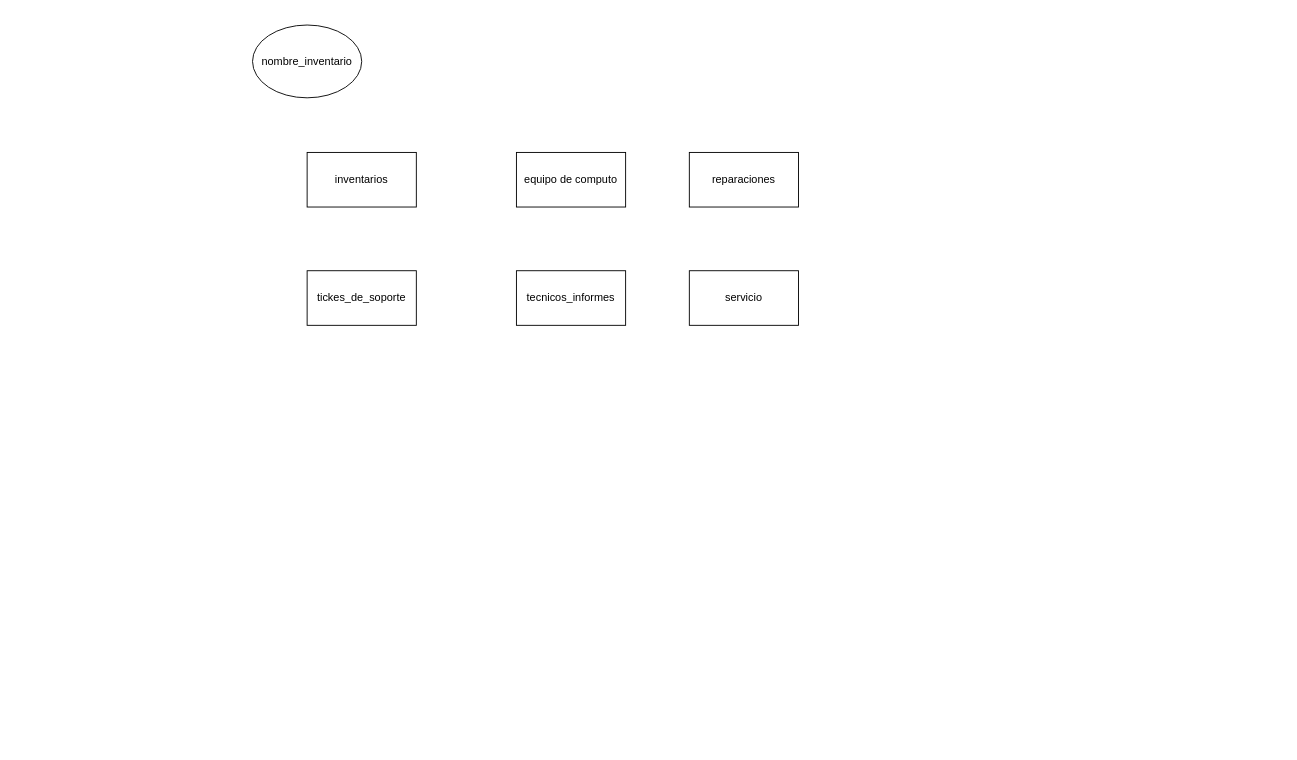
Before: page "Página-1" (1 of 2) of Diagrama sin título.drawio in beto9128/Proyecto-BD, a draw.io diagram. Source tidied: cells renumbered, new cells numbered last; positions are measured from the earlier drawing's top-left corner, leaving out a move shared by most shapes. Both pictures are drawn from the tidied source at 91%, with x=0, y=0 at pixel (252, 25).
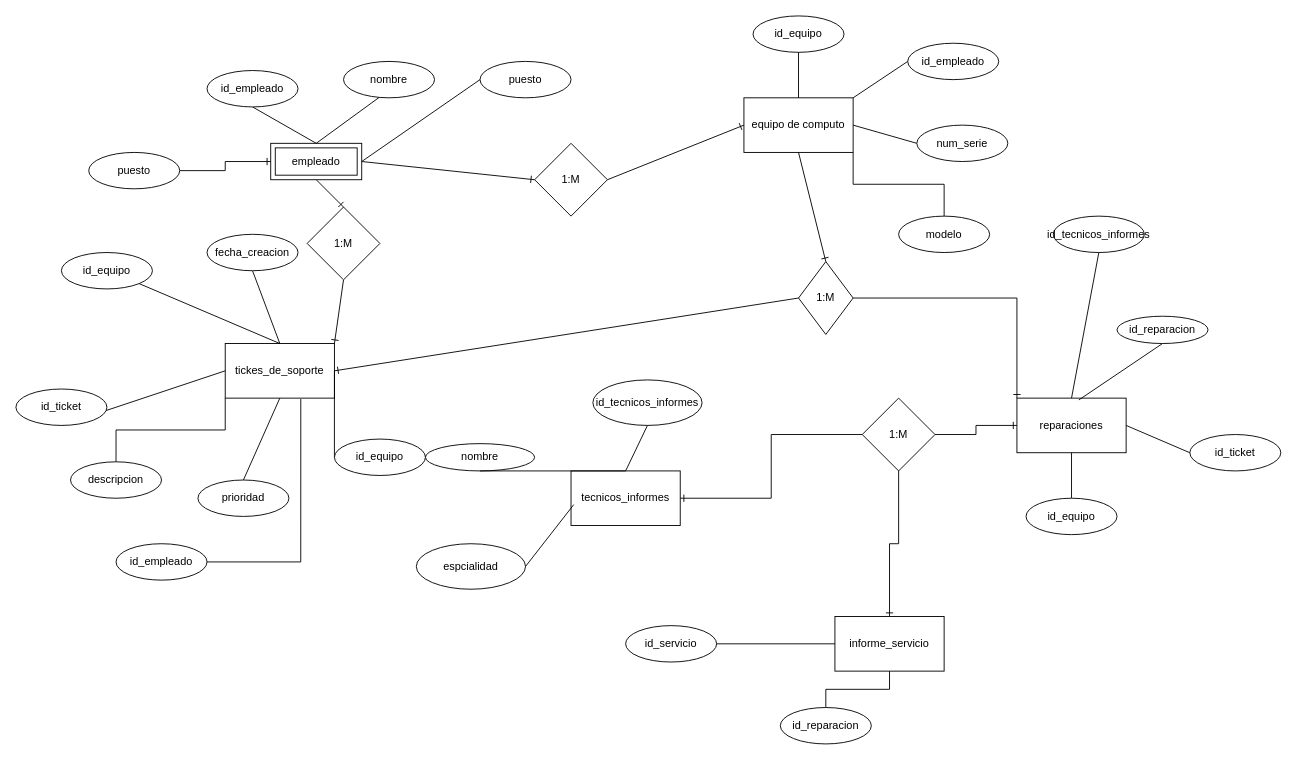
After the change.

Change to the diagram source:
```diff
@@
-    <mxCell id="2" value="inventarios" style="rounded=0;whiteSpace=wrap;html=1;" parent="1" vertex="1">
-      <mxGeometry x="60" y="140" width="120" height="60" as="geometry" />
-    </mxCell>
+    <mxCell id="9" style="edgeStyle=orthogonalEdgeStyle;rounded=0;jettySize=auto;html=1;exitX=1;exitY=1;exitDx=0;exitDy=0;endArrow=none;endFill=0;" parent="1" edge="1" source="3" target="71">
+      <mxGeometry relative="1" as="geometry" />
+    </mxCell>
     <mxCell id="3" value="equipo de computo" style="rounded=0;whiteSpace=wrap;html=1;" parent="1" vertex="1">
-      <mxGeometry x="290" y="140" width="120" height="60" as="geometry" />
+      <mxGeometry x="540" y="80" width="120" height="60" as="geometry" />
     </mxCell>
     <mxCell id="4" value="tecnicos_informes" style="rounded=0;whiteSpace=wrap;html=1;" parent="1" vertex="1">
-      <mxGeometry x="290" y="270" width="120" height="60" as="geometry" />
+      <mxGeometry x="350" y="490" width="120" height="60" as="geometry" />
     </mxCell>
+    <mxCell id="10" style="edgeStyle=orthogonalEdgeStyle;rounded=0;jettySize=auto;html=1;exitX=0;exitY=1;exitDx=0;exitDy=0;endArrow=none;endFill=0;" parent="1" edge="1" source="5" target="72">
+      <mxGeometry relative="1" as="geometry" />
+    </mxCell>
     <mxCell id="5" value="tickes_de_soporte" style="rounded=0;whiteSpace=wrap;html=1;" parent="1" vertex="1">
-      <mxGeometry x="60" y="270" width="120" height="60" as="geometry" />
+      <mxGeometry x="-30" y="350" width="120" height="60" as="geometry" />
     </mxCell>
     <mxCell id="6" value="reparaciones" style="rounded=0;whiteSpace=wrap;html=1;" parent="1" vertex="1">
-      <mxGeometry x="480" y="140" width="120" height="60" as="geometry" />
+      <mxGeometry x="840" y="410" width="120" height="60" as="geometry" />
     </mxCell>
+    <mxCell id="11" style="edgeStyle=orthogonalEdgeStyle;rounded=0;jettySize=auto;html=1;exitX=0;exitY=0.5;exitDx=0;exitDy=0;entryX=1;entryY=0.5;entryDx=0;entryDy=0;endArrow=none;endFill=0;" parent="1" edge="1" source="7" target="68">
+      <mxGeometry relative="1" as="geometry" />
+    </mxCell>
-    <mxCell id="7" value="servicio" style="rounded=0;whiteSpace=wrap;html=1;" parent="1" vertex="1">
-      <mxGeometry x="480" y="270" width="120" height="60" as="geometry" />
+    <mxCell id="7" value="informe_servicio" style="rounded=0;whiteSpace=wrap;html=1;" parent="1" vertex="1">
+      <mxGeometry x="640" y="650" width="120" height="60" as="geometry" />
     </mxCell>
-    <mxCell id="8" value="nombre_inventario" style="ellipse;whiteSpace=wrap;html=1;" parent="1" vertex="1">
-      <mxGeometry width="120" height="80" as="geometry" />
-    </mxCell>
+    <mxCell id="12" style="endArrow=none;html=1;rounded=0;exitX=0.5;exitY=0;exitDx=0;exitDy=0;entryX=0.392;entryY=0.988;entryDx=0;entryDy=0;entryPerimeter=0;" parent="1" edge="1" source="44">
+      <mxGeometry relative="1" as="geometry">
+        <mxPoint x="147" y="59" as="targetPoint" />
+      </mxGeometry>
+    </mxCell>
+    <mxCell id="13" style="endArrow=none;html=1;rounded=0;exitX=0.5;exitY=0;exitDx=0;exitDy=0;entryX=0.5;entryY=1;entryDx=0;entryDy=0;" parent="1" edge="1" source="42">
+      <mxGeometry relative="1" as="geometry">
+        <mxPoint x="10" y="70" as="targetPoint" />
+      </mxGeometry>
+    </mxCell>
+    <mxCell id="14" style="endArrow=none;html=1;rounded=0;exitX=0.5;exitY=1;exitDx=0;exitDy=0;entryX=0;entryY=0.5;entryDx=0;entryDy=0;" parent="1" edge="1" source="54" target="5">
+      <mxGeometry relative="1" as="geometry" />
+    </mxCell>
+    <mxCell id="15" style="endArrow=none;html=1;rounded=0;exitX=1;exitY=1;exitDx=0;exitDy=0;entryX=0.5;entryY=0;entryDx=0;entryDy=0;" parent="1" edge="1" source="52" target="5">
+      <mxGeometry relative="1" as="geometry" />
+    </mxCell>
+    <mxCell id="16" style="endArrow=none;html=1;rounded=0;exitX=1;exitY=0.5;exitDx=0;exitDy=0;entryX=0;entryY=0.5;entryDx=0;entryDy=0;" parent="1" edge="1" source="57">
+      <mxGeometry relative="1" as="geometry">
+        <mxPoint x="120" y="470" as="targetPoint" />
+      </mxGeometry>
+    </mxCell>
+    <mxCell id="17" style="endArrow=none;html=1;rounded=0;exitX=0.5;exitY=0;exitDx=0;exitDy=0;entryX=0.5;entryY=1;entryDx=0;entryDy=0;" parent="1" edge="1" source="55" target="5">
+      <mxGeometry relative="1" as="geometry" />
+    </mxCell>
+    <mxCell id="18" value="1:M" style="rhombus;whiteSpace=wrap;html=1;" parent="1" vertex="1">
+      <mxGeometry x="310" y="130" width="80" height="80" as="geometry" />
+    </mxCell>
+    <mxCell id="19" style="endArrow=ERone;html=1;rounded=0;entryX=0;entryY=0.5;entryDx=0;entryDy=0;endFill=0;" parent="1" edge="1" target="18">
+      <mxGeometry relative="1" as="geometry">
+        <mxPoint x="120" y="150" as="sourcePoint" />
+      </mxGeometry>
+    </mxCell>
+    <mxCell id="20" style="endArrow=ERone;html=1;rounded=0;exitX=1;exitY=0.5;exitDx=0;exitDy=0;entryX=0;entryY=0.5;entryDx=0;entryDy=0;endFill=0;" parent="1" edge="1" source="18" target="3">
+      <mxGeometry relative="1" as="geometry" />
+    </mxCell>
+    <mxCell id="21" style="endArrow=none;html=1;rounded=0;exitX=1;exitY=0;exitDx=0;exitDy=0;entryX=0;entryY=0.5;entryDx=0;entryDy=0;" parent="1" edge="1" source="3" target="49">
+      <mxGeometry relative="1" as="geometry" />
+    </mxCell>
+    <mxCell id="22" style="endArrow=none;html=1;rounded=0;exitX=1;exitY=0.5;exitDx=0;exitDy=0;entryX=0;entryY=0.5;entryDx=0;entryDy=0;" parent="1" edge="1" source="3" target="50">
+      <mxGeometry relative="1" as="geometry" />
+    </mxCell>
+    <mxCell id="23" style="endArrow=ERone;html=1;rounded=0;exitX=0.5;exitY=1;exitDx=0;exitDy=0;entryX=0.5;entryY=0;entryDx=0;entryDy=0;endFill=0;" parent="1" edge="1" source="3" target="25">
+      <mxGeometry relative="1" as="geometry" />
+    </mxCell>
+    <mxCell id="24" style="edgeStyle=orthogonalEdgeStyle;rounded=0;jettySize=auto;html=1;entryX=0;entryY=0;entryDx=0;entryDy=0;endArrow=ERone;endFill=0;" parent="1" edge="1" source="25" target="6">
+      <mxGeometry relative="1" as="geometry" />
+    </mxCell>
+    <mxCell id="25" value="1:M" style="rhombus;whiteSpace=wrap;html=1;" parent="1" vertex="1">
+      <mxGeometry x="600" y="260" width="60" height="80" as="geometry" />
+    </mxCell>
+    <mxCell id="26" value="1:M" style="rhombus;whiteSpace=wrap;html=1;" parent="1" vertex="1">
+      <mxGeometry x="60" y="200" width="80" height="80" as="geometry" />
+    </mxCell>
+    <mxCell id="27" style="endArrow=ERone;html=1;rounded=0;exitX=0;exitY=0.5;exitDx=0;exitDy=0;entryX=1;entryY=0.5;entryDx=0;entryDy=0;endFill=0;" parent="1" edge="1" source="25" target="5">
+      <mxGeometry relative="1" as="geometry" />
+    </mxCell>
+    <mxCell id="28" style="endArrow=none;html=1;rounded=0;exitX=0.5;exitY=1;exitDx=0;exitDy=0;entryX=0.5;entryY=0;entryDx=0;entryDy=0;" parent="1" edge="1" source="51" target="5">
+      <mxGeometry relative="1" as="geometry" />
+    </mxCell>
+    <mxCell id="29" style="endArrow=ERone;html=1;rounded=0;exitX=0.5;exitY=1;exitDx=0;exitDy=0;entryX=0.5;entryY=0;entryDx=0;entryDy=0;endFill=0;" parent="1" edge="1" source="40" target="26">
+      <mxGeometry relative="1" as="geometry" />
+    </mxCell>
+    <mxCell id="30" style="endArrow=ERone;html=1;rounded=0;exitX=0.5;exitY=1;exitDx=0;exitDy=0;entryX=1;entryY=0;entryDx=0;entryDy=0;endFill=0;" parent="1" edge="1" source="26" target="5">
+      <mxGeometry relative="1" as="geometry" />
+    </mxCell>
+    <mxCell id="31" value="id_tecnicos_informes" style="ellipse;whiteSpace=wrap;html=1;" parent="1" vertex="1">
+      <mxGeometry x="374" y="390" width="120" height="50" as="geometry" />
+    </mxCell>
+    <mxCell id="32" value="nombre" style="ellipse;whiteSpace=wrap;html=1;" parent="1" vertex="1">
+      <mxGeometry x="190" y="460" width="120" height="30" as="geometry" />
+    </mxCell>
+    <mxCell id="33" value="espcialidad" style="ellipse;whiteSpace=wrap;html=1;" parent="1" vertex="1">
+      <mxGeometry x="180" y="570" width="120" height="50" as="geometry" />
+    </mxCell>
+    <mxCell id="34" style="endArrow=none;html=1;rounded=0;exitX=0.5;exitY=1;exitDx=0;exitDy=0;entryX=0.5;entryY=0;entryDx=0;entryDy=0;" parent="1" edge="1" source="31" target="4">
+      <mxGeometry relative="1" as="geometry" />
+    </mxCell>
+    <mxCell id="35" style="endArrow=none;html=1;rounded=0;exitX=0.5;exitY=0;exitDx=0;exitDy=0;entryX=0.5;entryY=1;entryDx=0;entryDy=0;" parent="1" edge="1" source="4" target="32">
+      <mxGeometry relative="1" as="geometry" />
+    </mxCell>
+    <mxCell id="36" style="endArrow=none;html=1;rounded=0;exitX=0.025;exitY=0.617;exitDx=0;exitDy=0;entryX=1;entryY=0.5;entryDx=0;entryDy=0;exitPerimeter=0;" parent="1" edge="1" source="4" target="33">
+      <mxGeometry relative="1" as="geometry" />
+    </mxCell>
+    <mxCell id="37" style="endArrow=none;html=1;rounded=0;exitX=0.5;exitY=1;exitDx=0;exitDy=0;entryX=0.5;entryY=0;entryDx=0;entryDy=0;" parent="1" edge="1" source="58" target="6">
+      <mxGeometry relative="1" as="geometry" />
+    </mxCell>
+    <mxCell id="38" style="endArrow=none;html=1;rounded=0;exitX=0.5;exitY=1;exitDx=0;exitDy=0;entryX=0.567;entryY=0.033;entryDx=0;entryDy=0;entryPerimeter=0;" parent="1" edge="1" source="60" target="6">
+      <mxGeometry relative="1" as="geometry" />
+    </mxCell>
+    <mxCell id="39" style="endArrow=none;html=1;rounded=0;exitX=0.5;exitY=0;exitDx=0;exitDy=0;entryX=0.5;entryY=1;entryDx=0;entryDy=0;" parent="1" edge="1" source="63" target="6">
+      <mxGeometry relative="1" as="geometry" />
+    </mxCell>
+    <mxCell id="40" value="empleado" style="shape=ext;margin=3;double=1;whiteSpace=wrap;html=1;align=center;" parent="1" vertex="1">
+      <mxGeometry x="20" y="130" width="100" height="40" as="geometry" />
+    </mxCell>
+    <mxCell id="41" style="endArrow=none;html=1;rounded=0;exitX=0.5;exitY=0;exitDx=0;exitDy=0;entryX=0.5;entryY=1;entryDx=0;entryDy=0;" parent="1" edge="1" source="40" target="42">
+      <mxGeometry relative="1" as="geometry" />
+    </mxCell>
+    <mxCell id="42" value="id_empleado" style="ellipse;whiteSpace=wrap;html=1;align=center;" parent="1" vertex="1">
+      <mxGeometry x="-50" y="50" width="100" height="40" as="geometry" />
+    </mxCell>
+    <mxCell id="43" style="endArrow=none;html=1;rounded=0;exitX=0.5;exitY=0;exitDx=0;exitDy=0;entryX=0.392;entryY=0.988;entryDx=0;entryDy=0;entryPerimeter=0;" parent="1" edge="1" source="40" target="44">
+      <mxGeometry relative="1" as="geometry" />
+    </mxCell>
+    <mxCell id="44" value="nombre" style="ellipse;whiteSpace=wrap;html=1;align=center;" parent="1" vertex="1">
+      <mxGeometry x="100" y="40" width="100" height="40" as="geometry" />
+    </mxCell>
+    <mxCell id="45" style="endArrow=none;html=1;rounded=0;exitX=1;exitY=0.5;exitDx=0;exitDy=0;entryX=0;entryY=0.5;entryDx=0;entryDy=0;" parent="1" edge="1" source="40" target="46">
+      <mxGeometry relative="1" as="geometry" />
+    </mxCell>
+    <mxCell id="46" value="puesto" style="ellipse;whiteSpace=wrap;html=1;align=center;" parent="1" vertex="1">
+      <mxGeometry x="250" y="40" width="100" height="40" as="geometry" />
+    </mxCell>
+    <mxCell id="47" value="id_equipo" style="ellipse;whiteSpace=wrap;html=1;align=center;" parent="1" vertex="1">
+      <mxGeometry x="550" y="-10" width="100" height="40" as="geometry" />
+    </mxCell>
+    <mxCell id="48" style="endArrow=none;html=1;rounded=0;entryX=0.5;entryY=0;entryDx=0;entryDy=0;exitX=0.5;exitY=1;exitDx=0;exitDy=0;" parent="1" edge="1" source="47" target="3">
+      <mxGeometry relative="1" as="geometry" />
+    </mxCell>
+    <mxCell id="49" value="id_empleado" style="ellipse;whiteSpace=wrap;html=1;align=center;" parent="1" vertex="1">
+      <mxGeometry x="720" y="20" width="100" height="40" as="geometry" />
+    </mxCell>
+    <mxCell id="50" value="num_serie" style="ellipse;whiteSpace=wrap;html=1;align=center;" parent="1" vertex="1">
+      <mxGeometry x="730" y="110" width="100" height="40" as="geometry" />
+    </mxCell>
+    <mxCell id="51" value="fecha_creacion" style="ellipse;whiteSpace=wrap;html=1;align=center;" parent="1" vertex="1">
+      <mxGeometry x="-50" y="230" width="100" height="40" as="geometry" />
+    </mxCell>
+    <mxCell id="52" value="id_equipo" style="ellipse;whiteSpace=wrap;html=1;align=center;" parent="1" vertex="1">
+      <mxGeometry x="-210" y="250" width="100" height="40" as="geometry" />
+    </mxCell>
+    <mxCell id="53" style="endArrow=none;html=1;rounded=0;exitX=0.5;exitY=1;exitDx=0;exitDy=0;entryX=0;entryY=0.5;entryDx=0;entryDy=0;" parent="1" edge="1" target="54">
+      <mxGeometry relative="1" as="geometry">
+        <mxPoint x="-190" y="420" as="sourcePoint" />
+      </mxGeometry>
+    </mxCell>
+    <mxCell id="54" value="id_ticket" style="ellipse;whiteSpace=wrap;html=1;align=center;" parent="1" vertex="1">
+      <mxGeometry x="-260" y="400" width="100" height="40" as="geometry" />
+    </mxCell>
+    <mxCell id="55" value="prioridad" style="ellipse;whiteSpace=wrap;html=1;align=center;" parent="1" vertex="1">
+      <mxGeometry x="-60" y="500" width="100" height="40" as="geometry" />
+    </mxCell>
+    <mxCell id="56" style="endArrow=none;html=1;rounded=0;exitX=1;exitY=0.5;exitDx=0;exitDy=0;entryX=0;entryY=0.5;entryDx=0;entryDy=0;" parent="1" edge="1" source="5" target="57">
+      <mxGeometry relative="1" as="geometry" />
+    </mxCell>
+    <mxCell id="57" value="id_equipo" style="ellipse;whiteSpace=wrap;html=1;align=center;" parent="1" vertex="1">
+      <mxGeometry x="90" y="455" width="100" height="40" as="geometry" />
+    </mxCell>
+    <mxCell id="58" value="id_tecnicos_informes" style="ellipse;whiteSpace=wrap;html=1;align=center;" parent="1" vertex="1">
+      <mxGeometry x="880" y="210" width="100" height="40" as="geometry" />
+    </mxCell>
+    <mxCell id="59" style="endArrow=none;html=1;rounded=0;exitX=0.5;exitY=1;exitDx=0;exitDy=0;entryX=0.567;entryY=0.033;entryDx=0;entryDy=0;entryPerimeter=0;" parent="1" edge="1" target="60">
+      <mxGeometry relative="1" as="geometry">
+        <mxPoint x="990" y="350" as="sourcePoint" />
+      </mxGeometry>
+    </mxCell>
+    <mxCell id="60" value="id_reparacion" style="ellipse;whiteSpace=wrap;html=1;align=center;" parent="1" vertex="1">
+      <mxGeometry x="950" y="320" width="100" height="30" as="geometry" />
+    </mxCell>
+    <mxCell id="61" style="endArrow=none;html=1;rounded=0;exitX=1;exitY=0.5;exitDx=0;exitDy=0;entryX=0;entryY=0.5;entryDx=0;entryDy=0;" parent="1" edge="1" source="6" target="62">
+      <mxGeometry relative="1" as="geometry" />
+    </mxCell>
+    <mxCell id="62" value="id_ticket" style="ellipse;whiteSpace=wrap;html=1;align=center;" parent="1" vertex="1">
+      <mxGeometry x="1030" y="450" width="100" height="40" as="geometry" />
+    </mxCell>
+    <mxCell id="63" value="id_equipo" style="ellipse;whiteSpace=wrap;html=1;align=center;" parent="1" vertex="1">
+      <mxGeometry x="850" y="520" width="100" height="40" as="geometry" />
+    </mxCell>
+    <mxCell id="64" style="edgeStyle=orthogonalEdgeStyle;rounded=0;jettySize=auto;html=1;exitX=1;exitY=0.5;exitDx=0;exitDy=0;entryX=0;entryY=0.5;entryDx=0;entryDy=0;endArrow=ERone;endFill=0;" parent="1" edge="1" source="67" target="6">
+      <mxGeometry relative="1" as="geometry" />
+    </mxCell>
+    <mxCell id="65" style="edgeStyle=orthogonalEdgeStyle;rounded=0;jettySize=auto;html=1;exitX=0;exitY=0.5;exitDx=0;exitDy=0;endArrow=ERone;endFill=0;" parent="1" edge="1" source="67" target="4">
+      <mxGeometry relative="1" as="geometry" />
+    </mxCell>
+    <mxCell id="66" style="edgeStyle=orthogonalEdgeStyle;rounded=0;jettySize=auto;html=1;exitX=0.5;exitY=1;exitDx=0;exitDy=0;endArrow=ERone;endFill=0;" parent="1" edge="1" source="67" target="7">
+      <mxGeometry relative="1" as="geometry" />
+    </mxCell>
+    <mxCell id="67" value="1:M" style="rhombus;whiteSpace=wrap;html=1;" parent="1" vertex="1">
+      <mxGeometry x="670" y="410" width="80" height="80" as="geometry" />
+    </mxCell>
+    <mxCell id="68" value="id_servicio" style="ellipse;whiteSpace=wrap;html=1;align=center;" parent="1" vertex="1">
+      <mxGeometry x="410" y="660" width="100" height="40" as="geometry" />
+    </mxCell>
+    <mxCell id="69" style="edgeStyle=orthogonalEdgeStyle;rounded=0;jettySize=auto;html=1;endArrow=ERone;endFill=0;" parent="1" edge="1" source="70" target="40">
+      <mxGeometry relative="1" as="geometry" />
+    </mxCell>
+    <mxCell id="70" value="puesto" style="ellipse;whiteSpace=wrap;html=1;align=center;" parent="1" vertex="1">
+      <mxGeometry x="-180" y="140" width="100" height="40" as="geometry" />
+    </mxCell>
+    <mxCell id="71" value="modelo" style="ellipse;whiteSpace=wrap;html=1;align=center;" parent="1" vertex="1">
+      <mxGeometry x="710" y="210" width="100" height="40" as="geometry" />
+    </mxCell>
+    <mxCell id="72" value="descripcion" style="ellipse;whiteSpace=wrap;html=1;align=center;" parent="1" vertex="1">
+      <mxGeometry x="-200" y="480" width="100" height="40" as="geometry" />
+    </mxCell>
+    <mxCell id="73" value="id_empleado" style="ellipse;whiteSpace=wrap;html=1;align=center;" parent="1" vertex="1">
+      <mxGeometry x="-150" y="570" width="100" height="40" as="geometry" />
+    </mxCell>
+    <mxCell id="74" style="edgeStyle=orthogonalEdgeStyle;rounded=0;jettySize=auto;html=1;entryX=0.692;entryY=1.017;entryDx=0;entryDy=0;entryPerimeter=0;endArrow=none;endFill=0;" parent="1" edge="1" source="73" target="5">
+      <mxGeometry relative="1" as="geometry" />
+    </mxCell>
+    <mxCell id="75" style="edgeStyle=orthogonalEdgeStyle;rounded=0;jettySize=auto;html=1;endArrow=none;endFill=0;" parent="1" edge="1" source="76" target="7">
+      <mxGeometry relative="1" as="geometry" />
+    </mxCell>
+    <mxCell id="76" value="id_reparacion" style="ellipse;whiteSpace=wrap;html=1;align=center;" parent="1" vertex="1">
+      <mxGeometry x="580" y="750" width="100" height="40" as="geometry" />
+    </mxCell>
```
